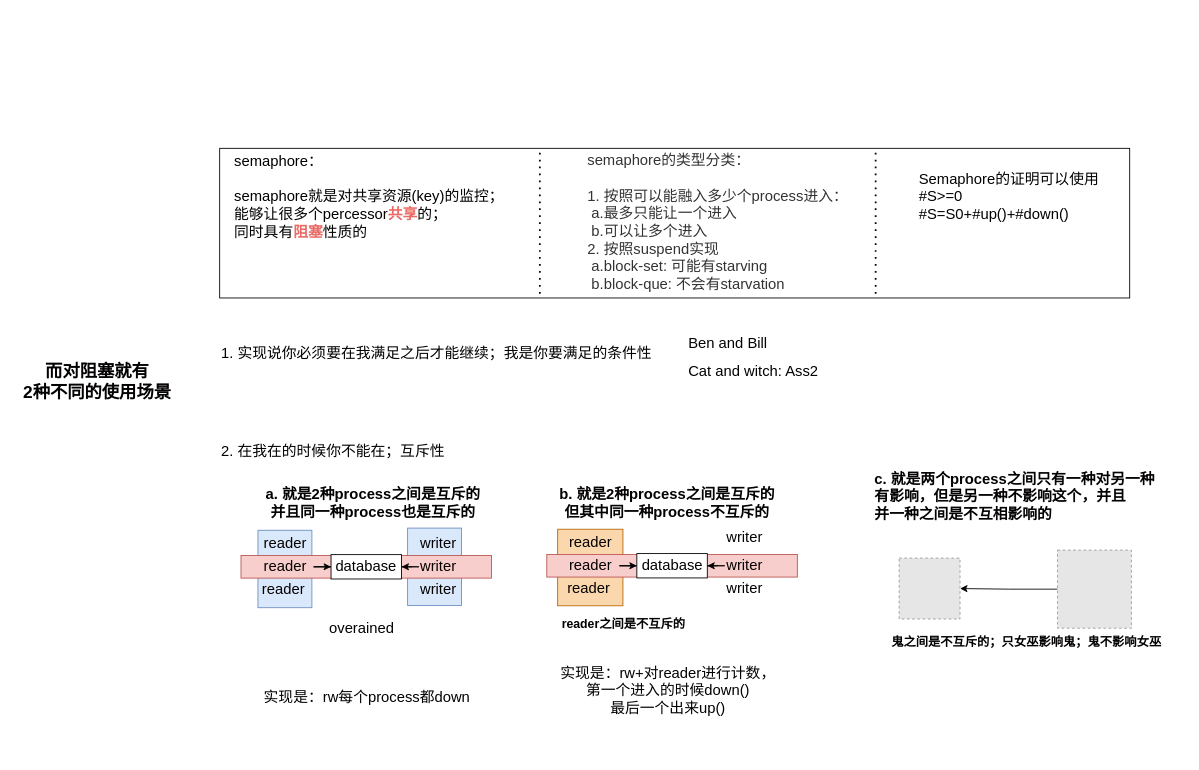
Earlier version of the draw.io diagram concurrenr programming.drawio (langqiuyi-77/drwatext). Source tidied: cells renumbered, new cells numbered last; positions are measured from the earlier drawing's top-left corner, leaving out a move shared by most shapes. Both pictures are drawn from the tidied source at 87%, with x=0, y=0 at pixel (15, 148). Pictures stored in the file or linked from it are replaced by grey dashed boxes.
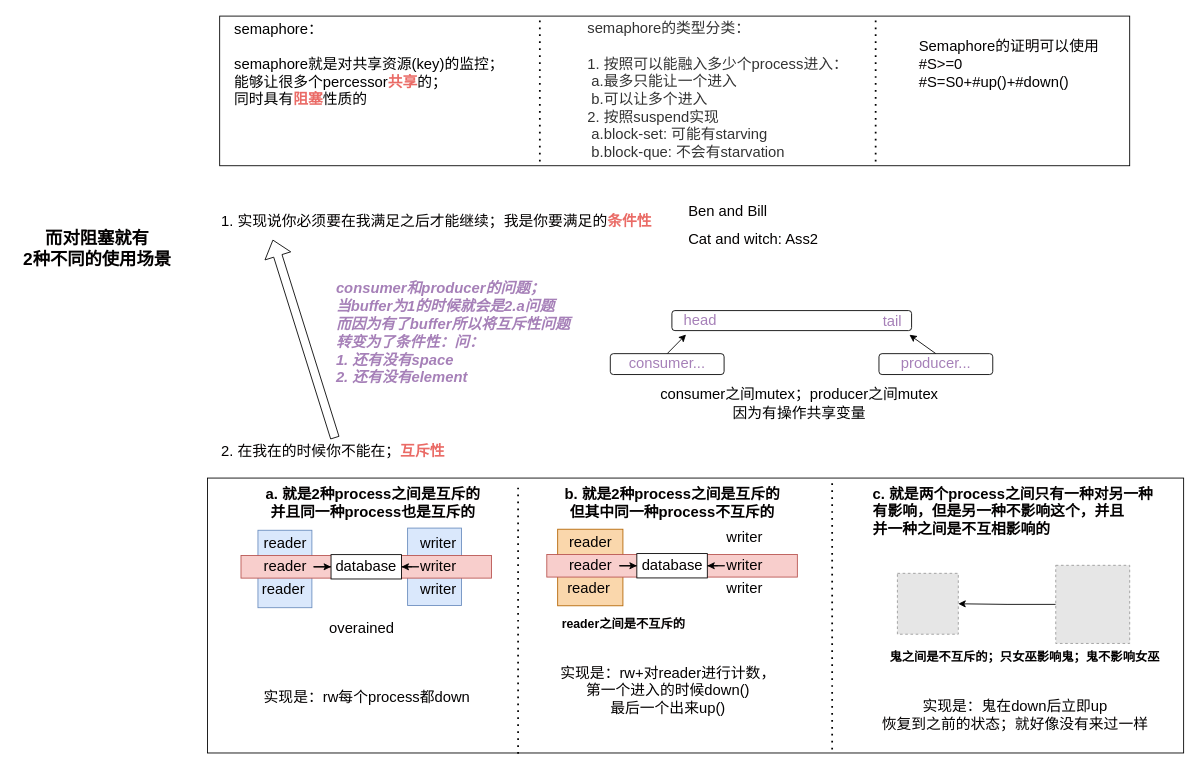
The same page after the edit.

What changed in the source:
```diff
@@
+    <mxCell id="47" style="rounded=0;whiteSpace=wrap;html=1;fontSize=17;fontColor=#030101;" parent="1" vertex="1">
+      <mxGeometry x="221" y="379" width="1122" height="316" as="geometry" />
+    </mxCell>
@@
     <mxCell id="6" style="rounded=0;whiteSpace=wrap;html=1;fontSize=17;fontColor=#030101;" parent="1" vertex="1">
-      <mxGeometry x="235" width="1046" height="172" as="geometry" />
+      <mxGeometry x="235" y="-152" width="1046" height="172" as="geometry" />
     </mxCell>
     <mxCell id="7" value="&lt;font style=&quot;font-size: 17px; user-select: auto;&quot;&gt;semaphore：&lt;br style=&quot;user-select: auto;&quot;&gt;&lt;br style=&quot;user-select: auto;&quot;&gt;semaphore就是对共享资源(key)的监控；&lt;br style=&quot;user-select: auto;&quot;&gt;能够让很多个percessor&lt;b style=&quot;user-select: auto;&quot;&gt;&lt;font style=&quot;user-select: auto;&quot; color=&quot;#ea6b66&quot;&gt;共享&lt;/font&gt;&lt;/b&gt;的；&lt;br style=&quot;user-select: auto;&quot;&gt;同时具有&lt;font color=&quot;#ea6b66&quot;&gt;&lt;b&gt;阻塞&lt;/b&gt;&lt;/font&gt;性质的&lt;br style=&quot;user-select: auto;&quot;&gt;&lt;/font&gt;" style="text;html=1;align=left;verticalAlign=middle;strokeColor=none;fillColor=none;" parent="1" vertex="1">
-      <mxGeometry x="250" width="328" height="112" as="geometry" />
+      <mxGeometry x="250" y="-152" width="328" height="112" as="geometry" />
     </mxCell>
     <mxCell id="8" value="&lt;font style=&quot;font-size: 17px; user-select: auto;&quot;&gt;&lt;font style=&quot;user-select: auto;&quot; color=&quot;#333333&quot;&gt;semaphore的类型分类：&lt;br style=&quot;user-select: auto;&quot;&gt;&lt;/font&gt;&lt;br style=&quot;user-select: auto;&quot;&gt;&lt;font style=&quot;user-select: auto;&quot; color=&quot;#333333&quot;&gt;1. 按照可以能融入多少个process进入：&lt;br&gt;&lt;span style=&quot;white-space: pre;&quot;&gt; &lt;/span&gt;a.最多只能让一个进入&lt;br&gt;&lt;span style=&quot;white-space: pre;&quot;&gt; &lt;/span&gt;b.可以让多个进入&lt;br&gt;2. 按照suspend实现&lt;br&gt;&lt;span style=&quot;white-space: pre;&quot;&gt; &lt;/span&gt;a.block-set: 可能有starving&lt;br&gt;&lt;span style=&quot;white-space: pre;&quot;&gt; &lt;/span&gt;b.block-que: 不会有starvation&lt;br style=&quot;user-select: auto;&quot;&gt;&lt;/font&gt;&lt;span style=&quot;white-space: pre; user-select: auto;&quot;&gt; &lt;/span&gt;&lt;br style=&quot;user-select: auto;&quot;&gt;&lt;/font&gt;" style="text;html=1;align=left;verticalAlign=middle;strokeColor=none;fillColor=none;fontSize=17;fontColor=#EA6B66;" parent="1" vertex="1">
-      <mxGeometry x="656" width="317" height="192" as="geometry" />
+      <mxGeometry x="656" y="-152" width="317" height="192" as="geometry" />
     </mxCell>
     <mxCell id="9" value="Semaphore的证明可以使用&lt;br&gt;#S&amp;gt;=0&lt;br&gt;#S=S0+#up()+#down()" style="text;html=1;align=left;verticalAlign=middle;strokeColor=none;fillColor=none;fontSize=17;fontColor=#030101;" parent="1" vertex="1">
-      <mxGeometry x="1037" y="20" width="225" height="72" as="geometry" />
+      <mxGeometry x="1037" y="-132" width="225" height="72" as="geometry" />
     </mxCell>
     <mxCell id="10" style="endArrow=none;dashed=1;html=1;dashPattern=1 3;strokeWidth=2;rounded=0;fontSize=17;fontColor=#030101;" parent="1" edge="1">
       <mxGeometry relative="1" as="geometry">
-        <mxPoint x="603" y="167" as="sourcePoint" />
-        <mxPoint x="603" as="targetPoint" />
+        <mxPoint x="603" y="15" as="sourcePoint" />
+        <mxPoint x="603" y="-152" as="targetPoint" />
       </mxGeometry>
     </mxCell>
     <mxCell id="11" style="endArrow=none;dashed=1;html=1;dashPattern=1 3;strokeWidth=2;rounded=0;fontSize=17;fontColor=#030101;" parent="1" edge="1">
       <mxGeometry relative="1" as="geometry">
-        <mxPoint x="989" y="167" as="sourcePoint" />
-        <mxPoint x="989" as="targetPoint" />
+        <mxPoint x="989" y="15" as="sourcePoint" />
+        <mxPoint x="989" y="-152" as="targetPoint" />
       </mxGeometry>
     </mxCell>
     <mxCell id="12" value="&lt;h3&gt;而对阻塞就有&lt;br&gt;2种不同的使用场景&lt;/h3&gt;" style="text;html=1;align=center;verticalAlign=middle;strokeColor=none;fillColor=none;fontSize=17;fontColor=#030101;" parent="1" vertex="1">
-      <mxGeometry y="219" width="188" height="98" as="geometry" />
+      <mxGeometry y="67" width="188" height="98" as="geometry" />
     </mxCell>
-    <mxCell id="13" value="1. 实现说你必须要在我满足之后才能继续；我是你要满足的条件性" style="text;html=1;align=left;verticalAlign=middle;points=[];strokeColor=none;fillColor=none;fontSize=17;fontColor=#030101;" parent="1" vertex="1">
-      <mxGeometry x="235" y="221" width="513" height="32" as="geometry" />
+    <mxCell id="13" value="1. 实现说你必须要在我满足之后才能继续；我是你要满足的&lt;b style=&quot;user-select: auto;&quot;&gt;&lt;font color=&quot;#ea6b66&quot;&gt;条件性&lt;/font&gt;&lt;/b&gt;" style="text;html=1;align=left;verticalAlign=middle;points=[];strokeColor=none;fillColor=none;fontSize=17;fontColor=#030101;" parent="1" vertex="1">
+      <mxGeometry x="235" y="69" width="513" height="32" as="geometry" />
     </mxCell>
     <mxCell id="14" value="Ben and Bill" style="text;html=1;align=left;verticalAlign=middle;strokeColor=none;fillColor=none;fontSize=17;fontColor=#030101;" parent="1" vertex="1">
-      <mxGeometry x="772" y="209" width="109" height="32" as="geometry" />
+      <mxGeometry x="772" y="57" width="109" height="32" as="geometry" />
     </mxCell>
     <mxCell id="15" value="Cat and witch: Ass2" style="text;html=1;align=left;verticalAlign=middle;strokeColor=none;fillColor=none;fontSize=17;fontColor=#030101;" parent="1" vertex="1">
-      <mxGeometry x="772" y="241" width="167" height="32" as="geometry" />
+      <mxGeometry x="772" y="89" width="167" height="32" as="geometry" />
     </mxCell>
-    <mxCell id="16" value="2. 在我在的时候你不能在；互斥性" style="text;html=1;align=left;verticalAlign=middle;points=[];strokeColor=none;fillColor=none;fontSize=17;fontColor=#030101;" parent="1" vertex="1">
+    <mxCell id="16" value="2. 在我在的时候你不能在；&lt;font color=&quot;#ea6b66&quot;&gt;&lt;b&gt;互斥性&lt;/b&gt;&lt;/font&gt;" style="text;html=1;align=left;verticalAlign=middle;points=[];strokeColor=none;fillColor=none;fontSize=17;fontColor=#030101;" parent="1" vertex="1">
       <mxGeometry x="235" y="333" width="275" height="32" as="geometry" />
     </mxCell>
@@
     <mxCell id="27" value="&lt;h4&gt;b. 就是2种process之间是互斥的&lt;br&gt;但其中同一种process不互斥的&lt;/h4&gt;" style="text;html=1;align=center;verticalAlign=middle;strokeColor=none;fillColor=none;fontSize=17;fontColor=#030101;" parent="1" vertex="1">
-      <mxGeometry x="616" y="359" width="266" height="97" as="geometry" />
+      <mxGeometry x="622" y="359" width="266" height="97" as="geometry" />
     </mxCell>
@@
     <mxCell id="42" value="&lt;font style=&quot;font-size: 17px; user-select: auto;&quot;&gt;&lt;font color=&quot;#030101&quot;&gt;&lt;b&gt;&lt;font style=&quot;user-select: auto;&quot;&gt;c. 就是两个process之间只有一种对另一种&lt;br style=&quot;user-select: auto;&quot;&gt;&lt;/font&gt;有影响，但是另一种不影响这个，并且&lt;br style=&quot;user-select: auto;&quot;&gt;并一种之间是不互相影响的&lt;/b&gt;&lt;/font&gt;&lt;br style=&quot;user-select: auto;&quot;&gt;&lt;/font&gt;" style="text;html=1;align=left;verticalAlign=middle;strokeColor=none;fillColor=none;fontSize=17;fontColor=#EA6B66;" parent="1" vertex="1">
-      <mxGeometry x="986" y="364.5" width="340" height="72" as="geometry" />
+      <mxGeometry x="984" y="382" width="340" height="72" as="geometry" />
     </mxCell>
     <mxCell id="43" style="fillColor=#E6E6E6;strokeColor=#999999;dashed=1;verticalLabelPosition=bottom;labelBackgroundColor=default;verticalAlign=top;" parent="1" vertex="1">
-      <mxGeometry x="1016" y="471" width="70" height="70" as="geometry" />
+      <mxGeometry x="1014" y="488.5" width="70" height="70" as="geometry" />
     </mxCell>
@@
     <mxCell id="45" style="fillColor=#E6E6E6;strokeColor=#999999;dashed=1;verticalLabelPosition=bottom;labelBackgroundColor=default;verticalAlign=top;" parent="1" vertex="1">
-      <mxGeometry x="1198" y="461.8" width="85" height="89.8" as="geometry" />
+      <mxGeometry x="1196" y="479.3" width="85" height="89.8" as="geometry" />
     </mxCell>
     <mxCell id="46" value="&lt;h5 style=&quot;user-select: auto;&quot;&gt;&lt;b style=&quot;user-select: auto;&quot;&gt;鬼之间是不互斥的；只女巫影响鬼；鬼不影响女巫&lt;/b&gt;&lt;/h5&gt;" style="text;html=1;align=center;verticalAlign=middle;strokeColor=none;fillColor=none;fontSize=17;fontColor=#030101;" parent="1" vertex="1">
-      <mxGeometry x="998" y="530" width="328" height="75" as="geometry" />
+      <mxGeometry x="996" y="547.5" width="328" height="75" as="geometry" />
     </mxCell>
+    <mxCell id="48" value="实现是：鬼在down后立即up&lt;br style=&quot;user-select: auto;&quot;&gt;恢复到之前的状态；就好像没有来过一样" style="text;html=1;align=center;verticalAlign=middle;strokeColor=none;fillColor=none;fontSize=17;fontColor=#030101;" parent="1" vertex="1">
+      <mxGeometry x="987" y="625.5" width="324" height="52" as="geometry" />
+    </mxCell>
+    <mxCell id="49" style="endArrow=none;dashed=1;html=1;dashPattern=1 3;strokeWidth=2;rounded=0;fontSize=17;fontColor=#030101;" parent="1" edge="1">
+      <mxGeometry relative="1" as="geometry">
+        <mxPoint x="578" y="696" as="sourcePoint" />
+        <mxPoint x="578" y="384" as="targetPoint" />
+      </mxGeometry>
+    </mxCell>
+    <mxCell id="50" style="endArrow=none;dashed=1;html=1;dashPattern=1 3;strokeWidth=2;rounded=0;fontSize=17;fontColor=#030101;" parent="1" edge="1">
+      <mxGeometry relative="1" as="geometry">
+        <mxPoint x="939" y="691" as="sourcePoint" />
+        <mxPoint x="939" y="382.8" as="targetPoint" />
+      </mxGeometry>
+    </mxCell>
+    <mxCell id="51" value="&lt;div style=&quot;text-align: left; user-select: auto;&quot;&gt;&lt;span style=&quot;user-select: auto;&quot;&gt;&lt;i style=&quot;user-select: auto;&quot;&gt;&lt;font style=&quot;user-select: auto;&quot; color=&quot;#a680b8&quot;&gt;&lt;b&gt;consumer和producer的问题；&lt;/b&gt;&lt;/font&gt;&lt;/i&gt;&lt;/span&gt;&lt;/div&gt;&lt;div style=&quot;text-align: left; user-select: auto;&quot;&gt;&lt;span style=&quot;user-select: auto;&quot;&gt;&lt;i style=&quot;user-select: auto;&quot;&gt;&lt;font style=&quot;user-select: auto;&quot; color=&quot;#a680b8&quot;&gt;&lt;b&gt;当buffer为1的时候就会是2.a问题&lt;/b&gt;&lt;/font&gt;&lt;/i&gt;&lt;/span&gt;&lt;/div&gt;&lt;div style=&quot;text-align: left; user-select: auto;&quot;&gt;&lt;span style=&quot;user-select: auto;&quot;&gt;&lt;i style=&quot;user-select: auto;&quot;&gt;&lt;font style=&quot;user-select: auto;&quot; color=&quot;#a680b8&quot;&gt;&lt;b&gt;而因为有了buffer所以将互斥性问题&lt;/b&gt;&lt;/font&gt;&lt;/i&gt;&lt;/span&gt;&lt;/div&gt;&lt;div style=&quot;text-align: left; user-select: auto;&quot;&gt;&lt;span style=&quot;user-select: auto;&quot;&gt;&lt;i style=&quot;user-select: auto;&quot;&gt;&lt;font style=&quot;user-select: auto;&quot; color=&quot;#a680b8&quot;&gt;&lt;b&gt;转变为了条件性：问：&lt;/b&gt;&lt;/font&gt;&lt;/i&gt;&lt;/span&gt;&lt;/div&gt;&lt;div style=&quot;text-align: left; user-select: auto;&quot;&gt;&lt;span style=&quot;user-select: auto;&quot;&gt;&lt;i style=&quot;user-select: auto;&quot;&gt;&lt;font style=&quot;user-select: auto;&quot; color=&quot;#a680b8&quot;&gt;&lt;b&gt;1. 还有没有space&lt;/b&gt;&lt;/font&gt;&lt;/i&gt;&lt;/span&gt;&lt;/div&gt;&lt;div style=&quot;text-align: left; user-select: auto;&quot;&gt;&lt;span style=&quot;user-select: auto;&quot;&gt;&lt;i style=&quot;user-select: auto;&quot;&gt;&lt;font style=&quot;user-select: auto;&quot; color=&quot;#a680b8&quot;&gt;&lt;b&gt;2. 还有没有element&lt;/b&gt;&lt;/font&gt;&lt;/i&gt;&lt;/span&gt;&lt;/div&gt;" style="text;html=1;align=center;verticalAlign=middle;strokeColor=none;fillColor=none;fontSize=17;fontColor=#030101;" parent="1" vertex="1">
+      <mxGeometry x="359" y="147" width="287" height="132" as="geometry" />
+    </mxCell>
+    <mxCell id="52" style="rounded=1;whiteSpace=wrap;html=1;labelBackgroundColor=none;fontSize=17;fontColor=#A680B8;" parent="1" vertex="1">
+      <mxGeometry x="754.8" y="186.5" width="275.5" height="23" as="geometry" />
+    </mxCell>
+    <mxCell id="53" value="head" style="text;html=1;align=center;verticalAlign=middle;points=[];strokeColor=none;fillColor=none;fontSize=17;fontColor=#A680B8;labelBackgroundColor=none;" parent="1" vertex="1">
+      <mxGeometry x="758.8" y="182" width="56" height="32" as="geometry" />
+    </mxCell>
+    <mxCell id="54" value="tail" style="text;html=1;align=center;verticalAlign=middle;points=[];strokeColor=none;fillColor=none;fontSize=17;fontColor=#A680B8;labelBackgroundColor=none;" parent="1" vertex="1">
+      <mxGeometry x="987.8" y="184" width="40" height="32" as="geometry" />
+    </mxCell>
+    <mxCell id="55" style="rounded=0;jettySize=auto;html=1;exitX=0.5;exitY=0;exitDx=0;exitDy=0;fontSize=17;fontColor=#A680B8;startArrow=none;startFill=0;endArrow=classic;endFill=1;" parent="1" edge="1" source="56" target="53">
+      <mxGeometry relative="1" as="geometry" />
+    </mxCell>
+    <mxCell id="56" value="consumer..." style="rounded=1;whiteSpace=wrap;html=1;labelBackgroundColor=none;fontSize=17;fontColor=#A680B8;" parent="1" vertex="1">
+      <mxGeometry x="684" y="236" width="130.8" height="24" as="geometry" />
+    </mxCell>
+    <mxCell id="57" style="edgeStyle=none;rounded=0;jettySize=auto;html=1;exitX=0.5;exitY=0;exitDx=0;exitDy=0;fontSize=17;fontColor=#A680B8;startArrow=none;startFill=0;endArrow=classic;endFill=1;" parent="1" edge="1" source="58" target="54">
+      <mxGeometry relative="1" as="geometry" />
+    </mxCell>
+    <mxCell id="58" value="producer..." style="rounded=1;whiteSpace=wrap;html=1;labelBackgroundColor=none;fontSize=17;fontColor=#A680B8;" parent="1" vertex="1">
+      <mxGeometry x="992.8" y="236" width="130.8" height="24" as="geometry" />
+    </mxCell>
+    <mxCell id="59" value="&lt;font color=&quot;#000000&quot;&gt;consumer之间mutex；producer之间mutex&lt;br&gt;因为有操作共享变量&lt;br&gt;&lt;/font&gt;" style="text;html=1;align=center;verticalAlign=middle;strokeColor=none;fillColor=none;fontSize=17;fontColor=#A680B8;labelBackgroundColor=none;" parent="1" vertex="1">
+      <mxGeometry x="732" y="268" width="337" height="52" as="geometry" />
+    </mxCell>
+    <mxCell id="60" style="shape=flexArrow;endArrow=classic;html=1;rounded=0;fontSize=17;fontColor=#EA6B66;entryX=0.119;entryY=1.125;entryDx=0;entryDy=0;entryPerimeter=0;" parent="1" edge="1" source="16" target="13">
+      <mxGeometry relative="1" as="geometry" />
+    </mxCell>
```
